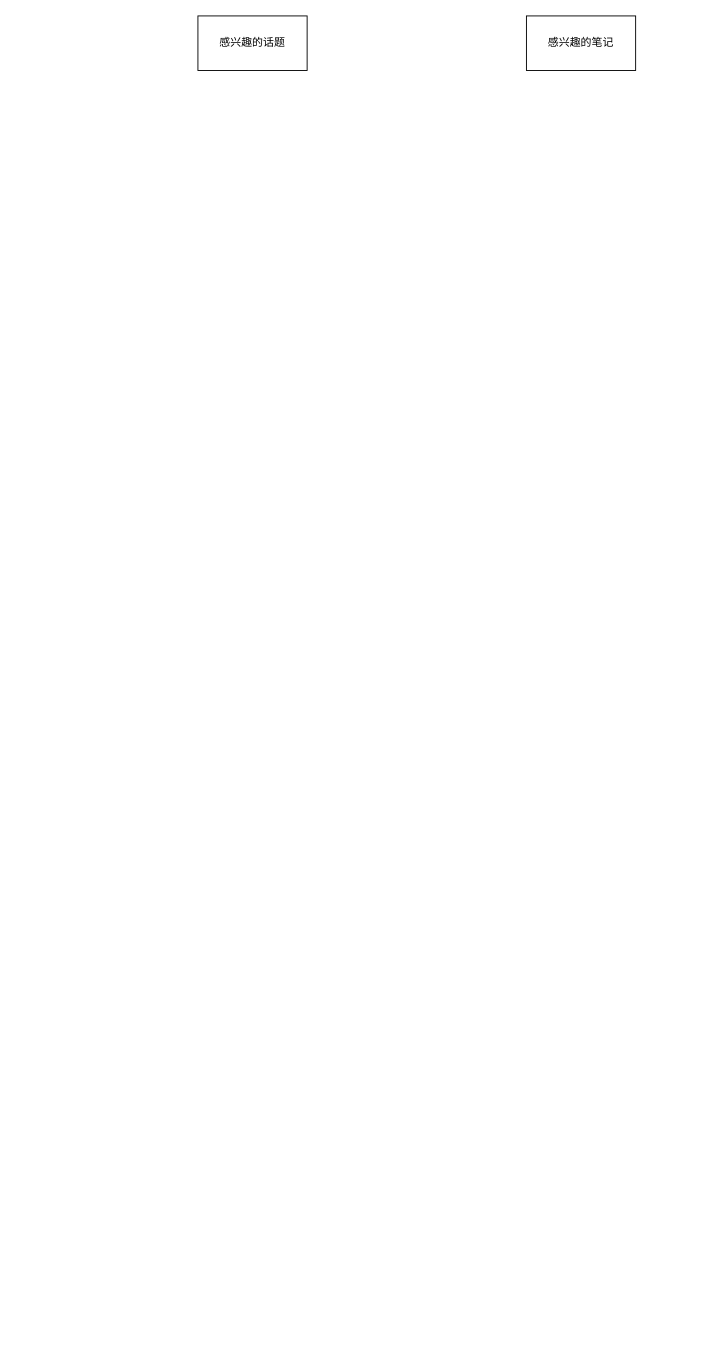
This is 小红书.drawio from xueyouluo/drawio-repo, a draw.io file, before an edit. Source tidied: cells renumbered, new cells numbered last; positions are measured from the earlier drawing's top-left corner, leaving out a move shared by most shapes. Both pictures are drawn from the tidied source at 91%, with x=0, y=0 at pixel (197, 15).
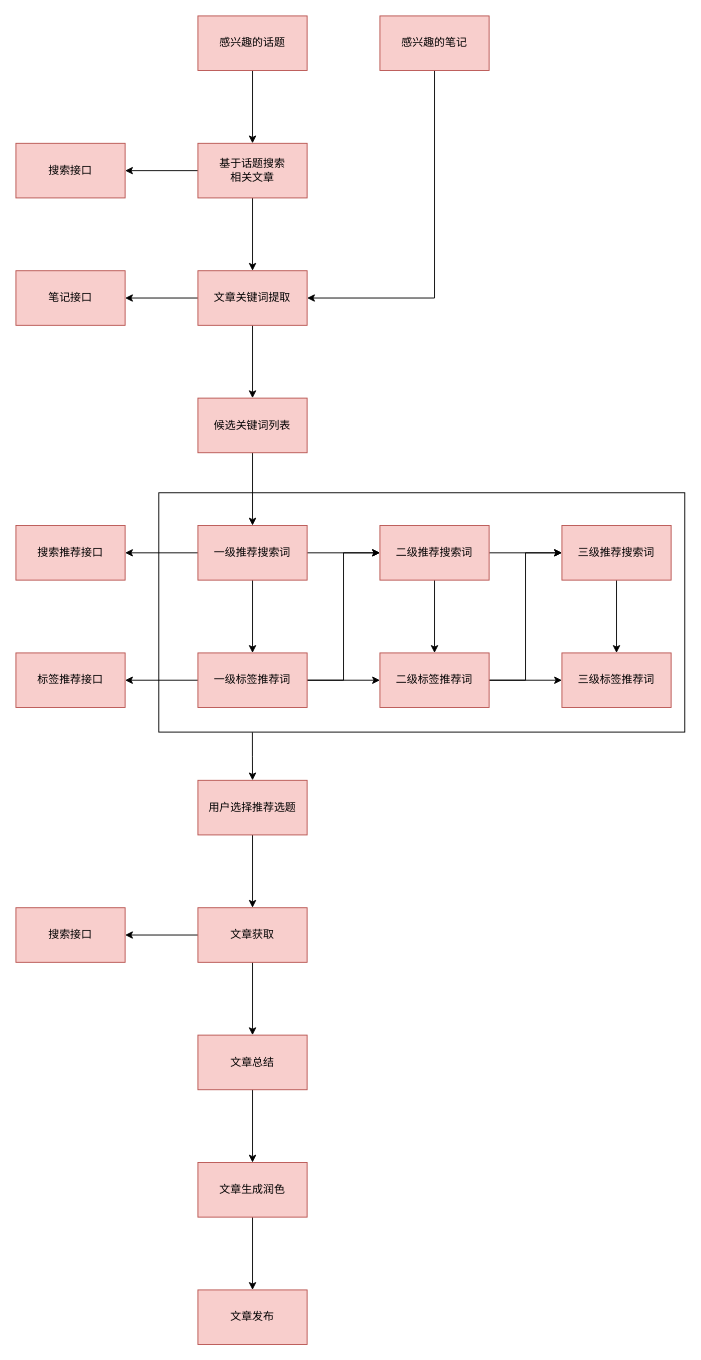
The same diagram, later.

Commit message:
更新小红书.drawio

Diff of the diagram source:
```diff
@@
+    <mxCell id="4" style="rounded=0;whiteSpace=wrap;html=1;" parent="1" vertex="1">
+      <mxGeometry x="-43" y="524" width="578" height="263" as="geometry" />
+    </mxCell>
+    <mxCell id="5" style="edgeStyle=orthogonalEdgeStyle;rounded=0;jettySize=auto;html=1;" parent="1" edge="1" source="2" target="9">
+      <mxGeometry relative="1" as="geometry" />
+    </mxCell>
-    <mxCell id="2" value="感兴趣的话题" style="rounded=0;whiteSpace=wrap;html=1;" parent="1" vertex="1">
+    <mxCell id="2" value="感兴趣的话题" style="rounded=0;whiteSpace=wrap;html=1;fillColor=#f8cecc;strokeColor=#b85450;" parent="1" vertex="1">
       <mxGeometry width="120" height="60" as="geometry" />
     </mxCell>
+    <mxCell id="6" style="edgeStyle=orthogonalEdgeStyle;rounded=0;jettySize=auto;html=1;entryX=1;entryY=0.5;entryDx=0;entryDy=0;exitX=0.5;exitY=1;exitDx=0;exitDy=0;" parent="1" edge="1" source="3" target="12">
+      <mxGeometry relative="1" as="geometry" />
+    </mxCell>
-    <mxCell id="3" value="感兴趣的笔记" style="rounded=0;whiteSpace=wrap;html=1;" parent="1" vertex="1">
-      <mxGeometry x="361" width="120" height="60" as="geometry" />
+    <mxCell id="3" value="感兴趣的笔记" style="rounded=0;whiteSpace=wrap;html=1;fillColor=#f8cecc;strokeColor=#b85450;" parent="1" vertex="1">
+      <mxGeometry x="200" width="120" height="60" as="geometry" />
     </mxCell>
+    <mxCell id="7" style="edgeStyle=orthogonalEdgeStyle;rounded=0;jettySize=auto;html=1;" parent="1" edge="1" source="9" target="12">
+      <mxGeometry relative="1" as="geometry" />
+    </mxCell>
+    <mxCell id="8" style="edgeStyle=orthogonalEdgeStyle;rounded=0;jettySize=auto;html=1;" parent="1" edge="1" source="9" target="13">
+      <mxGeometry relative="1" as="geometry" />
+    </mxCell>
+    <mxCell id="9" value="基于话题搜索&lt;div&gt;相关文章&lt;/div&gt;" style="whiteSpace=wrap;html=1;rounded=0;fillColor=#f8cecc;strokeColor=#b85450;" parent="1" vertex="1">
+      <mxGeometry y="140" width="120" height="60" as="geometry" />
+    </mxCell>
+    <mxCell id="10" style="edgeStyle=orthogonalEdgeStyle;rounded=0;jettySize=auto;html=1;" parent="1" edge="1" source="12" target="14">
+      <mxGeometry relative="1" as="geometry" />
+    </mxCell>
+    <mxCell id="11" style="edgeStyle=orthogonalEdgeStyle;rounded=0;jettySize=auto;html=1;" parent="1" edge="1" source="12" target="16">
+      <mxGeometry relative="1" as="geometry" />
+    </mxCell>
+    <mxCell id="12" value="文章关键词提取" style="whiteSpace=wrap;html=1;rounded=0;fillColor=#f8cecc;strokeColor=#b85450;" parent="1" vertex="1">
+      <mxGeometry y="280" width="120" height="60" as="geometry" />
+    </mxCell>
+    <mxCell id="13" value="搜索接口" style="whiteSpace=wrap;html=1;rounded=0;fillColor=#f8cecc;strokeColor=#b85450;" parent="1" vertex="1">
+      <mxGeometry x="-200" y="140" width="120" height="60" as="geometry" />
+    </mxCell>
+    <mxCell id="14" value="笔记接口" style="whiteSpace=wrap;html=1;rounded=0;fillColor=#f8cecc;strokeColor=#b85450;" parent="1" vertex="1">
+      <mxGeometry x="-200" y="280" width="120" height="60" as="geometry" />
+    </mxCell>
+    <mxCell id="15" style="edgeStyle=orthogonalEdgeStyle;rounded=0;jettySize=auto;html=1;" parent="1" edge="1" source="16" target="20">
+      <mxGeometry relative="1" as="geometry" />
+    </mxCell>
+    <mxCell id="16" value="候选关键词列表" style="whiteSpace=wrap;html=1;rounded=0;fillColor=#f8cecc;strokeColor=#b85450;" parent="1" vertex="1">
+      <mxGeometry y="420" width="120" height="60" as="geometry" />
+    </mxCell>
+    <mxCell id="17" style="edgeStyle=orthogonalEdgeStyle;rounded=0;jettySize=auto;html=1;" parent="1" edge="1" source="20" target="21">
+      <mxGeometry relative="1" as="geometry" />
+    </mxCell>
+    <mxCell id="18" style="edgeStyle=orthogonalEdgeStyle;rounded=0;jettySize=auto;html=1;" parent="1" edge="1" source="20" target="24">
+      <mxGeometry relative="1" as="geometry" />
+    </mxCell>
+    <mxCell id="19" style="edgeStyle=orthogonalEdgeStyle;rounded=0;jettySize=auto;html=1;" parent="1" edge="1" source="20" target="30">
+      <mxGeometry relative="1" as="geometry" />
+    </mxCell>
+    <mxCell id="20" value="一级推荐搜索词" style="whiteSpace=wrap;html=1;fillColor=#f8cecc;strokeColor=#b85450;rounded=0;" parent="1" vertex="1">
+      <mxGeometry y="560" width="120" height="60" as="geometry" />
+    </mxCell>
+    <mxCell id="21" value="搜索推荐接口" style="whiteSpace=wrap;html=1;fillColor=#f8cecc;strokeColor=#b85450;rounded=0;" parent="1" vertex="1">
+      <mxGeometry x="-200" y="560" width="120" height="60" as="geometry" />
+    </mxCell>
+    <mxCell id="22" style="edgeStyle=orthogonalEdgeStyle;rounded=0;jettySize=auto;html=1;" parent="1" edge="1" source="24" target="26">
+      <mxGeometry relative="1" as="geometry" />
+    </mxCell>
+    <mxCell id="23" style="edgeStyle=orthogonalEdgeStyle;rounded=0;jettySize=auto;html=1;" parent="1" edge="1" source="24" target="34">
+      <mxGeometry relative="1" as="geometry" />
+    </mxCell>
+    <mxCell id="24" value="二级推荐搜索词" style="whiteSpace=wrap;html=1;fillColor=#f8cecc;strokeColor=#b85450;rounded=0;" parent="1" vertex="1">
+      <mxGeometry x="200" y="560" width="120" height="60" as="geometry" />
+    </mxCell>
+    <mxCell id="25" style="edgeStyle=orthogonalEdgeStyle;rounded=0;jettySize=auto;html=1;" parent="1" edge="1" source="26" target="35">
+      <mxGeometry relative="1" as="geometry" />
+    </mxCell>
+    <mxCell id="26" value="三级推荐搜索词" style="whiteSpace=wrap;html=1;fillColor=#f8cecc;strokeColor=#b85450;rounded=0;" parent="1" vertex="1">
+      <mxGeometry x="400" y="560" width="120" height="60" as="geometry" />
+    </mxCell>
+    <mxCell id="27" style="edgeStyle=orthogonalEdgeStyle;rounded=0;jettySize=auto;html=1;" parent="1" edge="1" source="30" target="31">
+      <mxGeometry relative="1" as="geometry" />
+    </mxCell>
+    <mxCell id="28" style="edgeStyle=orthogonalEdgeStyle;rounded=0;jettySize=auto;html=1;" parent="1" edge="1" source="30" target="34">
+      <mxGeometry relative="1" as="geometry" />
+    </mxCell>
+    <mxCell id="29" style="edgeStyle=orthogonalEdgeStyle;rounded=0;jettySize=auto;html=1;entryX=0;entryY=0.5;entryDx=0;entryDy=0;" parent="1" edge="1" source="30" target="24">
+      <mxGeometry relative="1" as="geometry" />
+    </mxCell>
+    <mxCell id="30" value="一级标签推荐词" style="whiteSpace=wrap;html=1;fillColor=#f8cecc;strokeColor=#b85450;rounded=0;" parent="1" vertex="1">
+      <mxGeometry y="700" width="120" height="60" as="geometry" />
+    </mxCell>
+    <mxCell id="31" value="标签推荐接口" style="whiteSpace=wrap;html=1;fillColor=#f8cecc;strokeColor=#b85450;rounded=0;" parent="1" vertex="1">
+      <mxGeometry x="-200" y="700" width="120" height="60" as="geometry" />
+    </mxCell>
+    <mxCell id="32" style="edgeStyle=orthogonalEdgeStyle;rounded=0;jettySize=auto;html=1;" parent="1" edge="1" source="34" target="35">
+      <mxGeometry relative="1" as="geometry" />
+    </mxCell>
+    <mxCell id="33" style="edgeStyle=orthogonalEdgeStyle;rounded=0;jettySize=auto;html=1;entryX=0;entryY=0.5;entryDx=0;entryDy=0;" parent="1" edge="1" source="34" target="26">
+      <mxGeometry relative="1" as="geometry" />
+    </mxCell>
+    <mxCell id="34" value="二级标签推荐词" style="whiteSpace=wrap;html=1;fillColor=#f8cecc;strokeColor=#b85450;rounded=0;" parent="1" vertex="1">
+      <mxGeometry x="200" y="700" width="120" height="60" as="geometry" />
+    </mxCell>
+    <mxCell id="35" value="三级标签推荐词" style="whiteSpace=wrap;html=1;fillColor=#f8cecc;strokeColor=#b85450;rounded=0;" parent="1" vertex="1">
+      <mxGeometry x="400" y="700" width="120" height="60" as="geometry" />
+    </mxCell>
+    <mxCell id="36" style="edgeStyle=orthogonalEdgeStyle;rounded=0;jettySize=auto;html=1;" parent="1" edge="1" source="37" target="41">
+      <mxGeometry relative="1" as="geometry" />
+    </mxCell>
+    <mxCell id="37" value="用户选择推荐选题" style="whiteSpace=wrap;html=1;fillColor=#f8cecc;strokeColor=#b85450;rounded=0;" parent="1" vertex="1">
+      <mxGeometry y="840" width="120" height="60" as="geometry" />
+    </mxCell>
+    <mxCell id="38" style="edgeStyle=orthogonalEdgeStyle;rounded=0;jettySize=auto;html=1;exitX=0.178;exitY=1.001;exitDx=0;exitDy=0;exitPerimeter=0;" parent="1" edge="1" source="4" target="37">
+      <mxGeometry relative="1" as="geometry" />
+    </mxCell>
+    <mxCell id="39" style="edgeStyle=orthogonalEdgeStyle;rounded=0;jettySize=auto;html=1;" parent="1" edge="1" source="41" target="42">
+      <mxGeometry relative="1" as="geometry" />
+    </mxCell>
+    <mxCell id="40" style="edgeStyle=orthogonalEdgeStyle;rounded=0;jettySize=auto;html=1;" parent="1" edge="1" source="41" target="44">
+      <mxGeometry relative="1" as="geometry" />
+    </mxCell>
+    <mxCell id="41" value="文章获取" style="whiteSpace=wrap;html=1;fillColor=#f8cecc;strokeColor=#b85450;rounded=0;" parent="1" vertex="1">
+      <mxGeometry y="980" width="120" height="60" as="geometry" />
+    </mxCell>
+    <mxCell id="42" value="搜索接口" style="whiteSpace=wrap;html=1;fillColor=#f8cecc;strokeColor=#b85450;rounded=0;" parent="1" vertex="1">
+      <mxGeometry x="-200" y="980" width="120" height="60" as="geometry" />
+    </mxCell>
+    <mxCell id="43" style="edgeStyle=orthogonalEdgeStyle;rounded=0;jettySize=auto;html=1;" parent="1" edge="1" source="44" target="46">
+      <mxGeometry relative="1" as="geometry" />
+    </mxCell>
+    <mxCell id="44" value="文章总结" style="whiteSpace=wrap;html=1;fillColor=#f8cecc;strokeColor=#b85450;rounded=0;" parent="1" vertex="1">
+      <mxGeometry y="1120" width="120" height="60" as="geometry" />
+    </mxCell>
+    <mxCell id="45" style="edgeStyle=orthogonalEdgeStyle;rounded=0;jettySize=auto;html=1;" parent="1" edge="1" source="46" target="47">
+      <mxGeometry relative="1" as="geometry" />
+    </mxCell>
+    <mxCell id="46" value="文章生成润色" style="whiteSpace=wrap;html=1;fillColor=#f8cecc;strokeColor=#b85450;rounded=0;" parent="1" vertex="1">
+      <mxGeometry y="1260" width="120" height="60" as="geometry" />
+    </mxCell>
+    <mxCell id="47" value="文章发布" style="whiteSpace=wrap;html=1;fillColor=#f8cecc;strokeColor=#b85450;rounded=0;" parent="1" vertex="1">
+      <mxGeometry y="1400" width="120" height="60" as="geometry" />
+    </mxCell>
```
